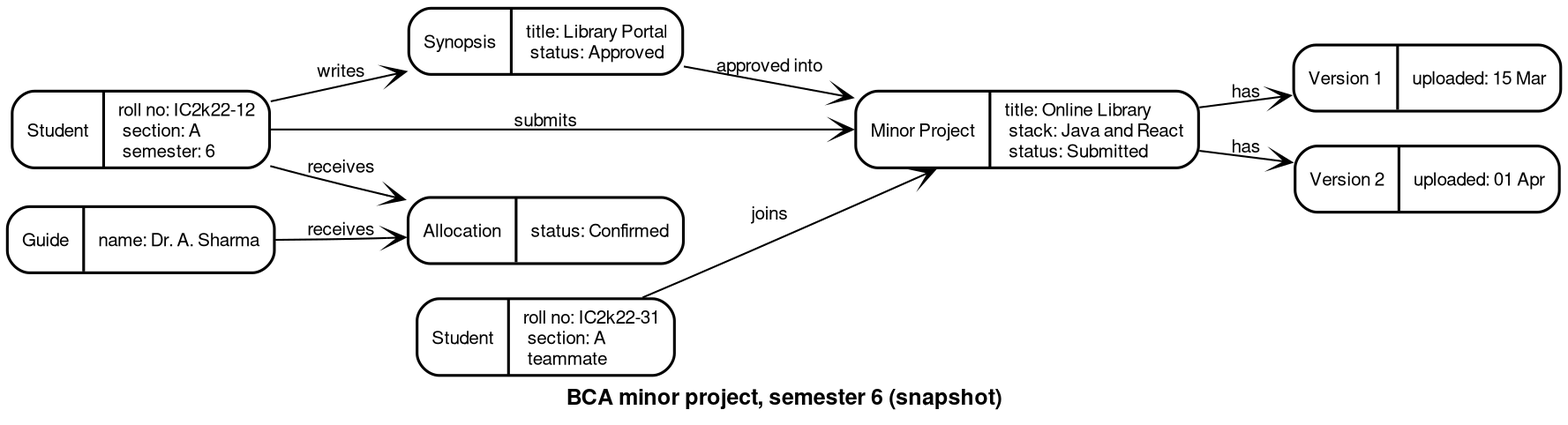
Above: docs/diagrams/08-object-sem6.png in akshita777/iips-ug-pg-project-repository-system (Graphviz), before the change. Its source is kept beside it as docs/diagrams/08-object-sem6.dot.
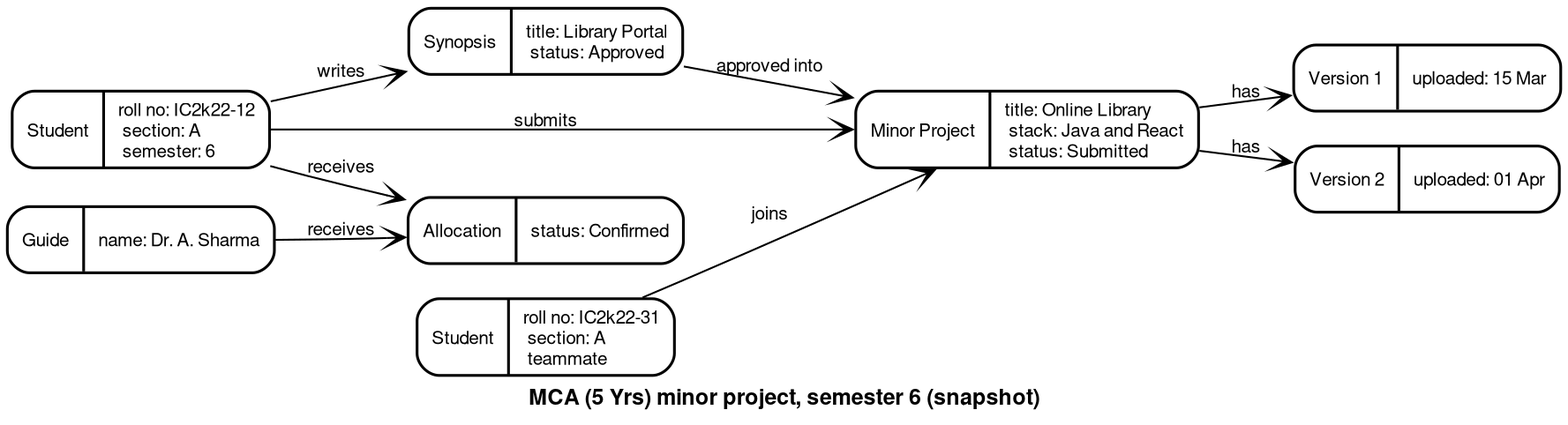
After the commit.

The edit, as a diff of the source:
```diff
@@ -2,7 +2,7 @@
   rankdir=LR;
   bgcolor="white";
   fontname="Helvetica";
-  label="BCA minor project, semester 6 (snapshot)";
+  label="MCA (5 Yrs) minor project, semester 6 (snapshot)";
   fontname="Helvetica-Bold";
   fontsize=12;
 
```
